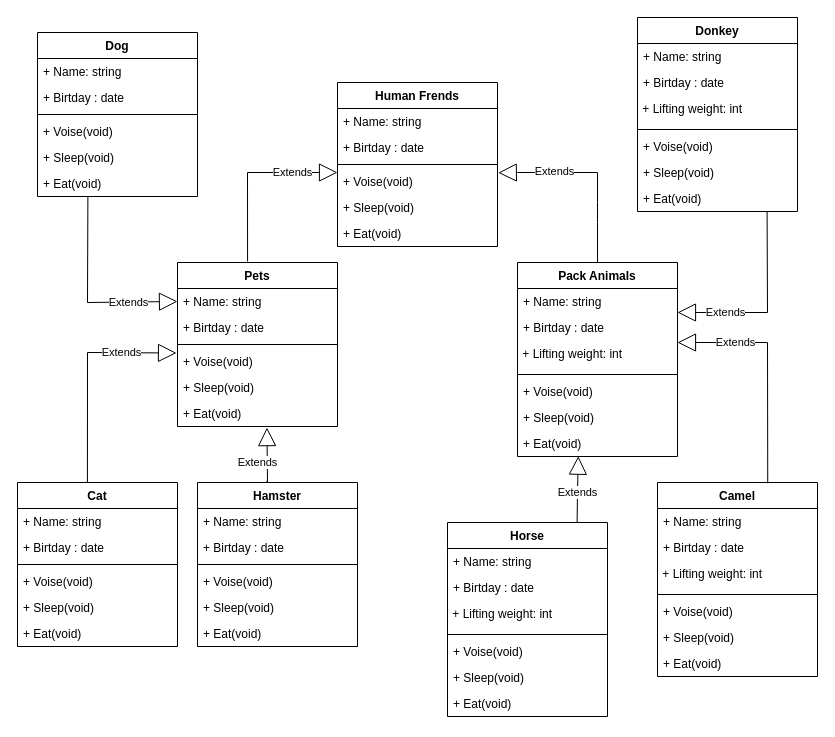
Before: Diagram Class.drawio in maverick132/FinalWork2023, a draw.io diagram. Source tidied: cells renumbered, new cells numbered last; positions are measured from the earlier drawing's top-left corner, leaving out a move shared by most shapes. Both pictures are drawn from the tidied source at 100%, with x=0, y=0 at pixel (17, 17).
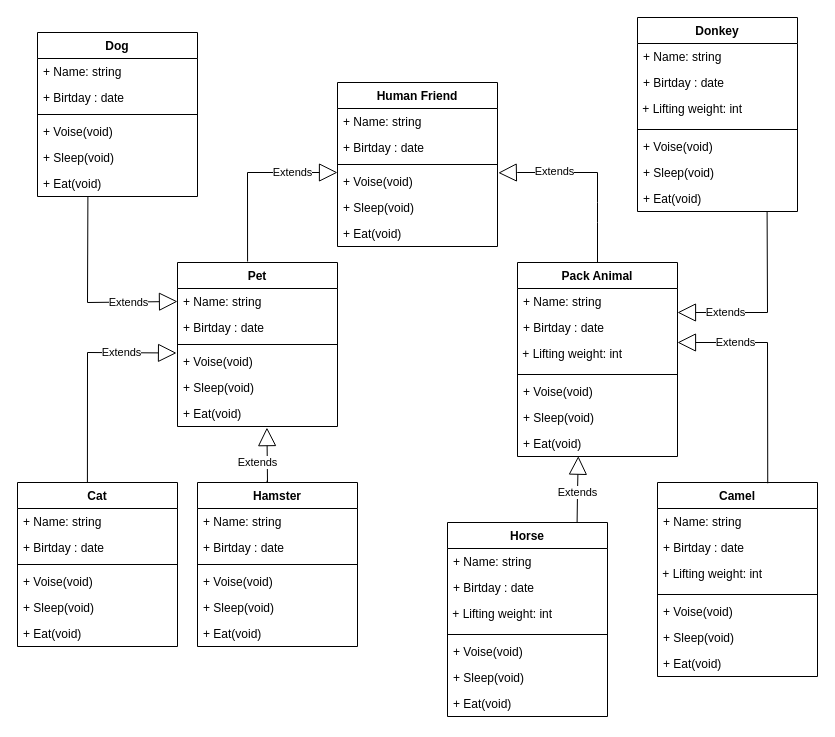
After the change.

The edit, as a diff of the source:
```diff
@@
-    <mxCell id="2" value="Human Frends" style="swimlane;fontStyle=1;align=center;verticalAlign=top;horizontal=1;startSize=26;" parent="1" vertex="1">
+    <mxCell id="2" value="Human Friend" style="swimlane;fontStyle=1;align=center;verticalAlign=top;horizontal=1;startSize=26;" parent="1" vertex="1">
       <mxGeometry x="320" y="65" width="160" height="164" as="geometry" />
     </mxCell>
@@
-    <mxCell id="10" value="Pets" style="swimlane;fontStyle=1;align=center;verticalAlign=top;horizontal=1;startSize=26;" parent="1" vertex="1">
+    <mxCell id="10" value="Pet" style="swimlane;fontStyle=1;align=center;verticalAlign=top;horizontal=1;startSize=26;" parent="1" vertex="1">
       <mxGeometry x="160" y="245" width="160" height="164" as="geometry" />
     </mxCell>
@@
-    <mxCell id="17" value="Pack Animals" style="swimlane;fontStyle=1;align=center;verticalAlign=top;horizontal=1;startSize=26;" parent="1" vertex="1">
+    <mxCell id="17" value="Pack Animal" style="swimlane;fontStyle=1;align=center;verticalAlign=top;horizontal=1;startSize=26;" parent="1" vertex="1">
       <mxGeometry x="500" y="245" width="160" height="194" as="geometry" />
     </mxCell>
```
